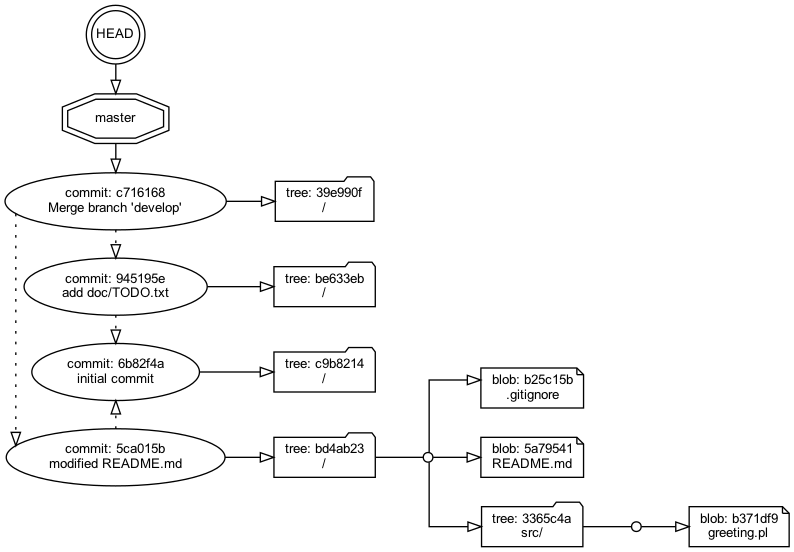
Before: work/dessin.png, a diagram exported from Graphviz (kazurayam/kazurayam-git-repository-visitor). Its source is kept beside it as work/dessin.dot.
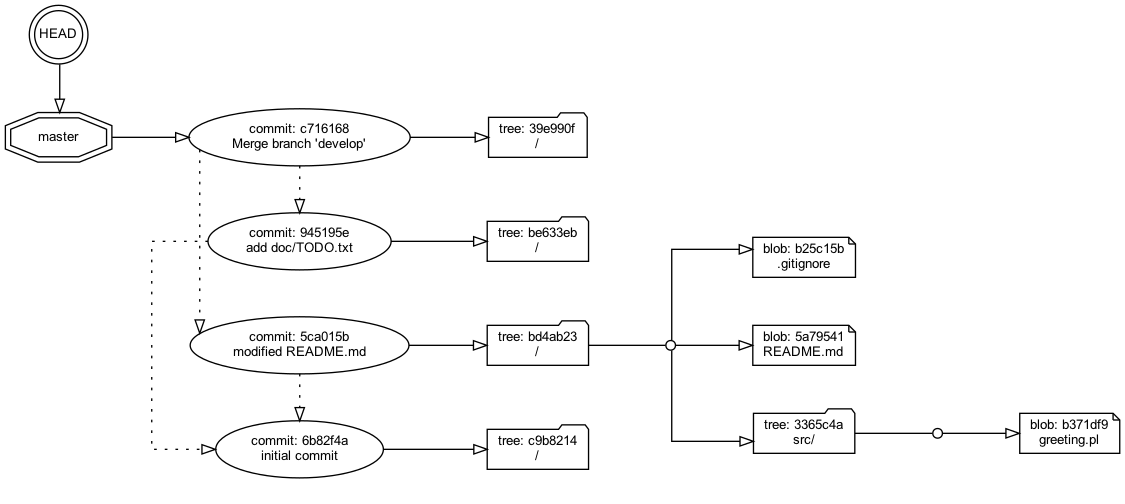
The same diagram one commit later.

Change to the diagram source:
```diff
@@ -1,10 +1,10 @@
 digraph main {
 	node [fillcolor=white fontname=arial fontsize=10 height=0.3 shape=note style=filled]
 	edge [arrowhead=onormal constraint=true fontname=arial fontsize=10]
-	graph [layout=dot nodesep=0.3 rank=max rankdir=LR ranksep=0.5 splines=ortho]
+	graph [layout=dot nodesep=0.5 rank=max rankdir=LR ranksep=0.8 splines=ortho]
 	HEAD [label=HEAD fixedsize=true shape=doublecircle width=0.5]
 	master [label=master shape=doubleoctagon width=0.3]
-	master -> c7161686601c6fa8cd76bd20f8209e0d483e85c3 [constraint=false minlen=1 weight=2]
+	master -> c7161686601c6fa8cd76bd20f8209e0d483e85c3 [constraint=true minlen=1 weight=10]
 
 	c7161686601c6fa8cd76bd20f8209e0d483e85c3 [label="commit: c716168
 Merge branch 'develop'" shape=ellipse]
@@ -19,15 +19,6 @@
 	"945195e_be633eb" [label="tree: be633eb
 /" shape=folder]
 
-
-	"6b82f4a25697fcf833de3a0bc355e5cfcea6cc10" [label="commit: 6b82f4a
-initial commit" shape=ellipse]
-	"6b82f4a25697fcf833de3a0bc355e5cfcea6cc10" -> "6b82f4a_c9b8214" [weight=2]
-	"6b82f4a_c9b8214" [label="tree: c9b8214
-/" shape=folder]
-
-	"945195ef39a48f726cd3a5bdfbe873fcba7b0c34" -> "6b82f4a25697fcf833de3a0bc355e5cfcea6cc10" [constraint=false style=dotted weight=0]
-	c7161686601c6fa8cd76bd20f8209e0d483e85c3 -> "945195ef39a48f726cd3a5bdfbe873fcba7b0c34" [constraint=false style=dotted weight=0]
 
 
 
@@ -54,11 +45,27 @@
 	"5ca015b_bd4ab23__" -> "5ca015b_3365c4a"
 
 
+	"6b82f4a25697fcf833de3a0bc355e5cfcea6cc10" [label="commit: 6b82f4a
+initial commit" shape=ellipse]
+	"6b82f4a25697fcf833de3a0bc355e5cfcea6cc10" -> "6b82f4a_c9b8214" [weight=2]
+	"6b82f4a_c9b8214" [label="tree: c9b8214
+/" shape=folder]
+
+	"945195ef39a48f726cd3a5bdfbe873fcba7b0c34" -> "6b82f4a25697fcf833de3a0bc355e5cfcea6cc10" [constraint=false style=dotted weight=0]
+	c7161686601c6fa8cd76bd20f8209e0d483e85c3 -> "945195ef39a48f726cd3a5bdfbe873fcba7b0c34" [constraint=false style=dotted weight=0]
+
 	"5ca015b0ea774ecc6beb18848dd4dbff787a6852" -> "6b82f4a25697fcf833de3a0bc355e5cfcea6cc10" [constraint=false style=dotted weight=0]
 	c7161686601c6fa8cd76bd20f8209e0d483e85c3 -> "5ca015b0ea774ecc6beb18848dd4dbff787a6852" [constraint=false style=dotted weight=0]
+
+    HEAD -> master [constraint=false minlen=1]
+
+    subgraph cluster_commits {
+    color=white;
 	c7161686601c6fa8cd76bd20f8209e0d483e85c3
-	"945195ef39a48f726cd3a5bdfbe873fcba7b0c34"
 	"6b82f4a25697fcf833de3a0bc355e5cfcea6cc10"
+    	"945195ef39a48f726cd3a5bdfbe873fcba7b0c34"
 	"5ca015b0ea774ecc6beb18848dd4dbff787a6852"
-	HEAD -> master [constraint=false minlen=1]
+    }
+
+
 }
```
